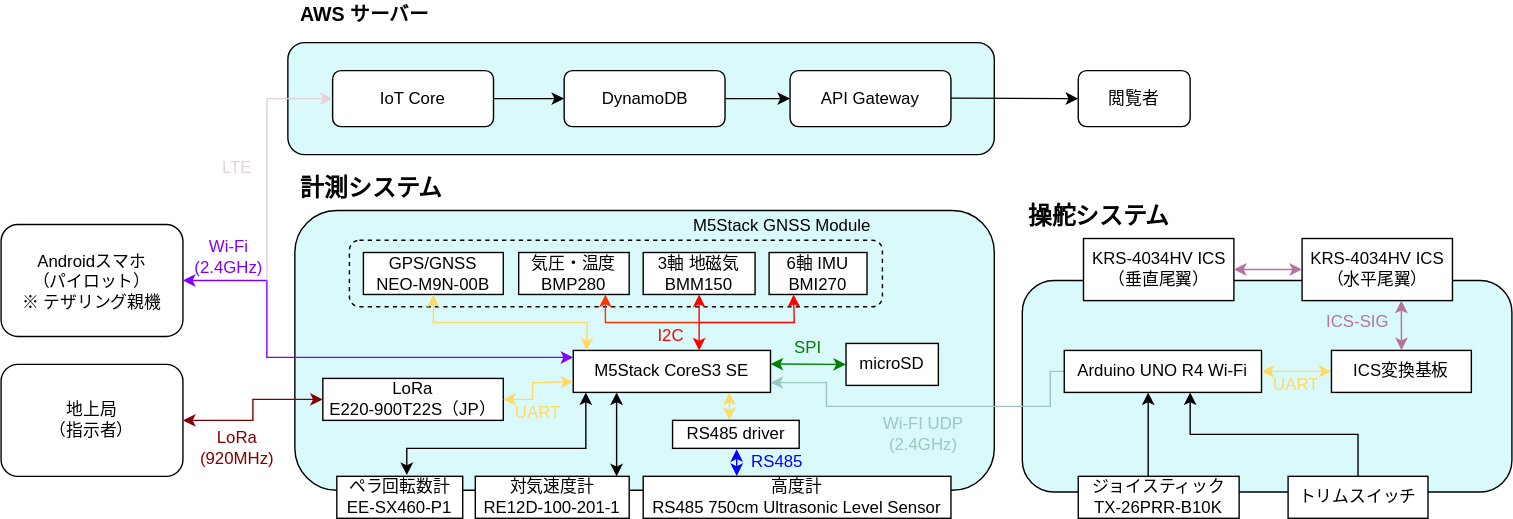
Before: HPA.drawio.svg, a diagram exported from draw.io (21km43/HPA). Source tidied: cells renumbered, new cells last; positions are measured from the earlier drawing's top-left corner, leaving out a move shared by most shapes.
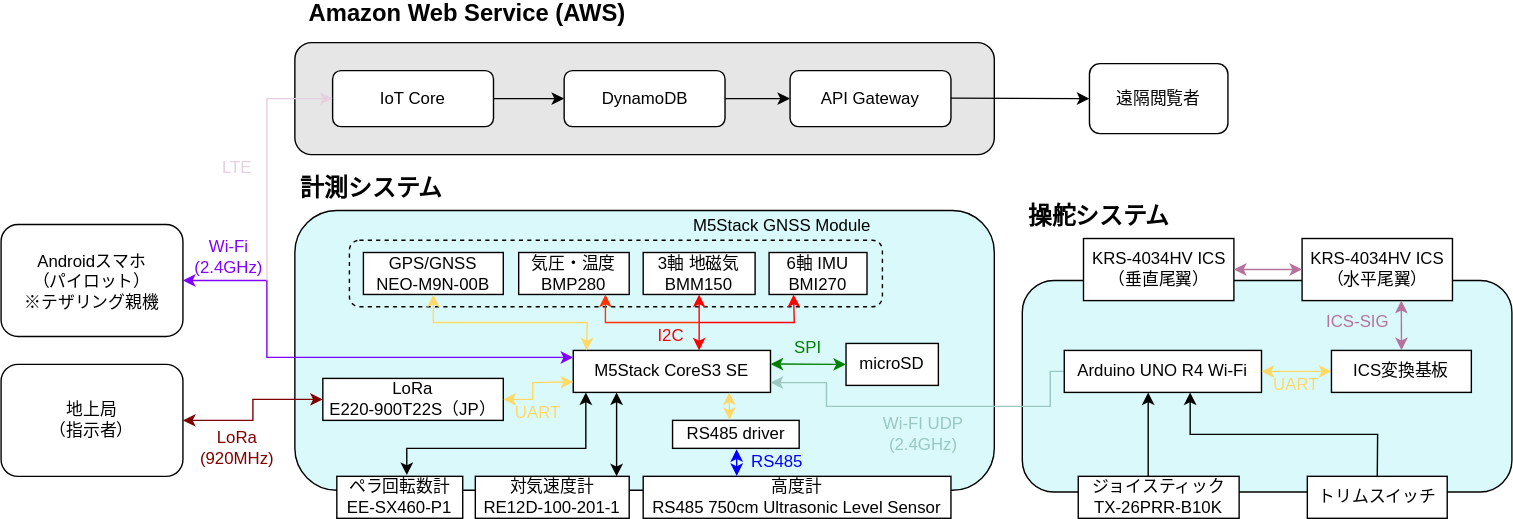
Later version of the same file.

Commit message:
HPA.drawio.svg を追加しました。

Change to the diagram source:
```diff
@@ -5,8 +5,8 @@
     <mxCell id="2" style="rounded=1;whiteSpace=wrap;html=1;fillColor=#daf9fb;" parent="1" vertex="1">
       <mxGeometry x="730" y="200" width="350" height="151.2" as="geometry" />
     </mxCell>
-    <mxCell id="3" style="rounded=1;whiteSpace=wrap;html=1;fillColor=#daf9fb;" parent="1" vertex="1">
-      <mxGeometry x="205" y="30" width="505" height="80" as="geometry" />
+    <mxCell id="3" style="rounded=1;whiteSpace=wrap;html=1;fillColor=#E6E6E6;fontColor=#ffffff;strokeColor=#000000;" parent="1" vertex="1">
+      <mxGeometry x="210" y="30" width="500" height="80" as="geometry" />
     </mxCell>
     <mxCell id="4" style="rounded=1;whiteSpace=wrap;html=1;fillColor=#daf9fb;" parent="1" vertex="1">
       <mxGeometry x="210" y="150" width="500" height="200" as="geometry" />
@@ -117,7 +117,7 @@
     <mxCell id="27" style="rounded=1;whiteSpace=wrap;html=1;" parent="1" vertex="1">
       <mxGeometry y="260" width="130" height="80" as="geometry" />
     </mxCell>
-    <mxCell id="28" value="&lt;div&gt;Androidスマホ&lt;/div&gt;&lt;div&gt;（パイロット）&lt;/div&gt;&lt;div&gt;※ テザリング親機&lt;/div&gt;" style="text;html=1;align=center;verticalAlign=middle;whiteSpace=wrap;rounded=0;" parent="1" vertex="1">
+    <mxCell id="28" value="&lt;div&gt;Androidスマホ&lt;/div&gt;&lt;div&gt;（パイロット）&lt;/div&gt;&lt;div&gt;※テザリング親機&lt;/div&gt;" style="text;html=1;align=center;verticalAlign=middle;whiteSpace=wrap;rounded=0;" parent="1" vertex="1">
       <mxGeometry x="11.2" y="180" width="107.5" height="42.5" as="geometry" />
     </mxCell>
     <mxCell id="29" value="&lt;div&gt;地上局&lt;/div&gt;&lt;div&gt;（指示者）&lt;/div&gt;" style="text;html=1;align=center;verticalAlign=middle;whiteSpace=wrap;rounded=0;" parent="1" vertex="1">
@@ -206,9 +206,6 @@
         </Array>
       </mxGeometry>
     </mxCell>
-    <mxCell id="48" value="&lt;b&gt;AWS サーバー&lt;/b&gt;" style="text;html=1;align=center;verticalAlign=middle;whiteSpace=wrap;rounded=0;fontSize=14;" parent="1" vertex="1">
-      <mxGeometry x="205" width="110" height="20" as="geometry" />
-    </mxCell>
     <mxCell id="49" value="API Gateway" style="rounded=1;whiteSpace=wrap;html=1;" parent="1" vertex="1">
       <mxGeometry x="564" y="50" width="115" height="40" as="geometry" />
     </mxCell>
@@ -226,11 +223,11 @@
         <mxPoint x="679" y="69.7" as="sourcePoint" />
       </mxGeometry>
     </mxCell>
-    <mxCell id="54" value="閲覧者" style="rounded=1;whiteSpace=wrap;html=1;" parent="1" vertex="1">
-      <mxGeometry x="770" y="50" width="80" height="40" as="geometry" />
+    <mxCell id="54" value="遠隔閲覧者" style="rounded=1;whiteSpace=wrap;html=1;" parent="1" vertex="1">
+      <mxGeometry x="778" y="45" width="99" height="50" as="geometry" />
     </mxCell>
     <mxCell id="55" value="トリムスイッチ" style="rounded=0;whiteSpace=wrap;html=1;" parent="1" vertex="1">
-      <mxGeometry x="920" y="340" width="100" height="30" as="geometry" />
+      <mxGeometry x="933.8" y="340" width="100" height="30" as="geometry" />
     </mxCell>
     <mxCell id="56" value="&lt;div&gt;ジョイスティック&lt;/div&gt;&lt;div&gt;TX-26PRR-B10K&lt;/div&gt;" style="rounded=0;whiteSpace=wrap;html=1;" parent="1" vertex="1">
       <mxGeometry x="770" y="340" width="115" height="30" as="geometry" />
@@ -245,7 +242,7 @@
       <mxGeometry relative="1" as="geometry">
         <mxPoint x="850" y="280" as="targetPoint" />
         <Array as="points">
-          <mxPoint x="970" y="310" />
+          <mxPoint x="984" y="310" />
           <mxPoint x="850" y="310" />
         </Array>
       </mxGeometry>
@@ -280,5 +277,8 @@
         <mxPoint x="930" y="192.1" as="targetPoint" />
       </mxGeometry>
     </mxCell>
+    <mxCell id="67" value="&lt;b&gt;&lt;font style=&quot;font-size: 17px;&quot;&gt;Amazon Web Service (AWS)&lt;/font&gt;&lt;/b&gt;" style="text;html=1;align=center;verticalAlign=middle;whiteSpace=wrap;rounded=0;" parent="1" vertex="1">
+      <mxGeometry x="210" width="246.5" height="20" as="geometry" />
+    </mxCell>
   </root>
 </mxGraphModel>
```
